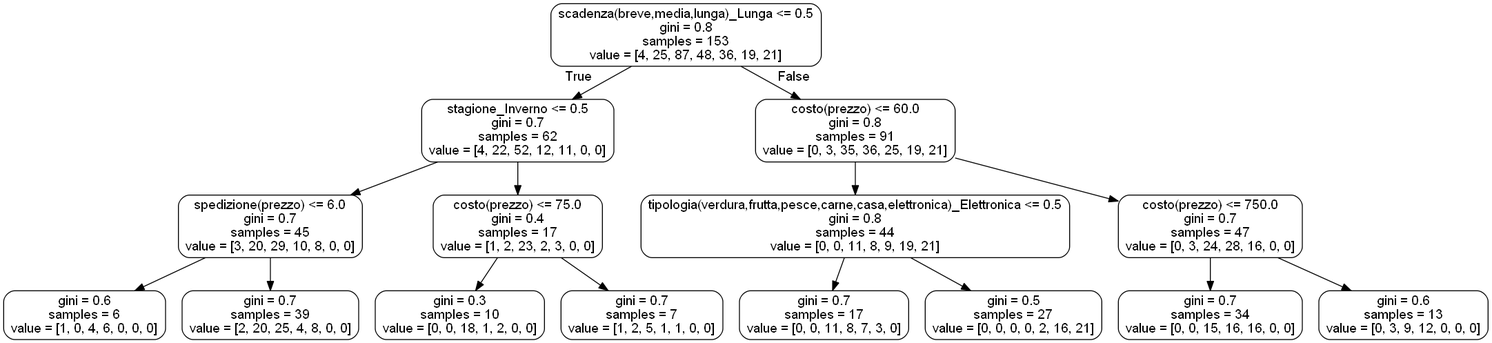
Earlier version of the Graphviz export modulo/small_tree.png (Ciro-Fusco/NewDM). Its source is kept beside it as modulo/small_tree.dot.
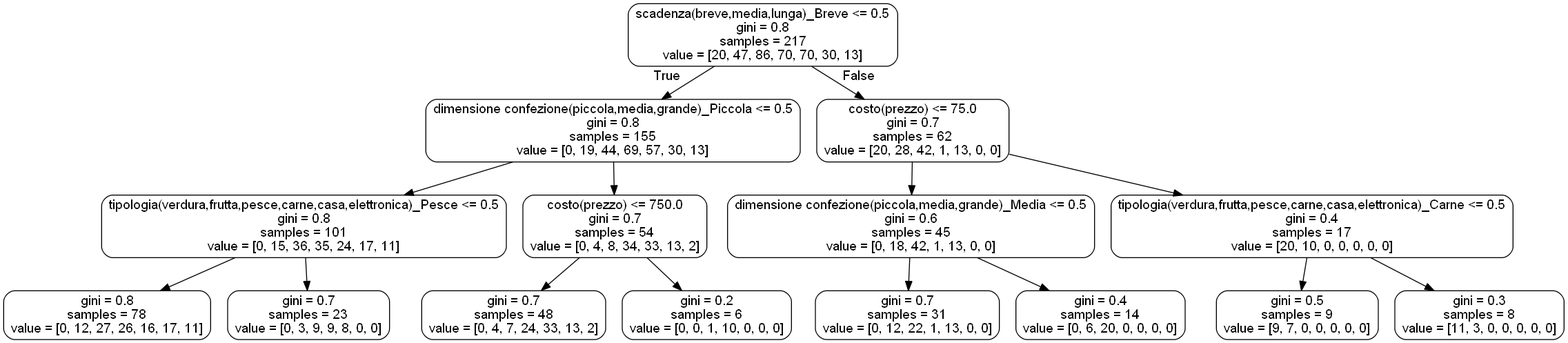
Later version of the same file.

Commit message:
Aggiornamento dataset pesce e modifica metodi e grafici

The edit, as a diff of the source:
```diff
@@ -1,33 +1,33 @@
 digraph Tree {
 node [shape=box, style="rounded", color="black", fontname=helvetica] ;
 edge [fontname=helvetica] ;
-0 [label="scadenza(breve,media,lunga)_Lunga <= 0.5\ngini = 0.8\nsamples = 153\nvalue = [4, 25, 87, 48, 36, 19, 21]"] ;
-1 [label="stagione_Inverno <= 0.5\ngini = 0.7\nsamples = 62\nvalue = [4, 22, 52, 12, 11, 0, 0]"] ;
+0 [label="scadenza(breve,media,lunga)_Breve <= 0.5\ngini = 0.8\nsamples = 217\nvalue = [20, 47, 86, 70, 70, 30, 13]"] ;
+1 [label="dimensione confezione(piccola,media,grande)_Piccola <= 0.5\ngini = 0.8\nsamples = 155\nvalue = [0, 19, 44, 69, 57, 30, 13]"] ;
 0 -> 1 [labeldistance=2.5, labelangle=45, headlabel="True"] ;
-2 [label="spedizione(prezzo) <= 6.0\ngini = 0.7\nsamples = 45\nvalue = [3, 20, 29, 10, 8, 0, 0]"] ;
+2 [label="tipologia(verdura,frutta,pesce,carne,casa,elettronica)_Pesce <= 0.5\ngini = 0.8\nsamples = 101\nvalue = [0, 15, 36, 35, 24, 17, 11]"] ;
 1 -> 2 ;
-3 [label="gini = 0.6\nsamples = 6\nvalue = [1, 0, 4, 6, 0, 0, 0]"] ;
+3 [label="gini = 0.8\nsamples = 78\nvalue = [0, 12, 27, 26, 16, 17, 11]"] ;
 2 -> 3 ;
-4 [label="gini = 0.7\nsamples = 39\nvalue = [2, 20, 25, 4, 8, 0, 0]"] ;
+4 [label="gini = 0.7\nsamples = 23\nvalue = [0, 3, 9, 9, 8, 0, 0]"] ;
 2 -> 4 ;
-5 [label="costo(prezzo) <= 75.0\ngini = 0.4\nsamples = 17\nvalue = [1, 2, 23, 2, 3, 0, 0]"] ;
+5 [label="costo(prezzo) <= 750.0\ngini = 0.7\nsamples = 54\nvalue = [0, 4, 8, 34, 33, 13, 2]"] ;
 1 -> 5 ;
-6 [label="gini = 0.3\nsamples = 10\nvalue = [0, 0, 18, 1, 2, 0, 0]"] ;
+6 [label="gini = 0.7\nsamples = 48\nvalue = [0, 4, 7, 24, 33, 13, 2]"] ;
 5 -> 6 ;
-7 [label="gini = 0.7\nsamples = 7\nvalue = [1, 2, 5, 1, 1, 0, 0]"] ;
+7 [label="gini = 0.2\nsamples = 6\nvalue = [0, 0, 1, 10, 0, 0, 0]"] ;
 5 -> 7 ;
-8 [label="costo(prezzo) <= 60.0\ngini = 0.8\nsamples = 91\nvalue = [0, 3, 35, 36, 25, 19, 21]"] ;
+8 [label="costo(prezzo) <= 75.0\ngini = 0.7\nsamples = 62\nvalue = [20, 28, 42, 1, 13, 0, 0]"] ;
 0 -> 8 [labeldistance=2.5, labelangle=-45, headlabel="False"] ;
-9 [label="tipologia(verdura,frutta,pesce,carne,casa,elettronica)_Elettronica <= 0.5\ngini = 0.8\nsamples = 44\nvalue = [0, 0, 11, 8, 9, 19, 21]"] ;
+9 [label="dimensione confezione(piccola,media,grande)_Media <= 0.5\ngini = 0.6\nsamples = 45\nvalue = [0, 18, 42, 1, 13, 0, 0]"] ;
 8 -> 9 ;
-10 [label="gini = 0.7\nsamples = 17\nvalue = [0, 0, 11, 8, 7, 3, 0]"] ;
+10 [label="gini = 0.7\nsamples = 31\nvalue = [0, 12, 22, 1, 13, 0, 0]"] ;
 9 -> 10 ;
-11 [label="gini = 0.5\nsamples = 27\nvalue = [0, 0, 0, 0, 2, 16, 21]"] ;
+11 [label="gini = 0.4\nsamples = 14\nvalue = [0, 6, 20, 0, 0, 0, 0]"] ;
 9 -> 11 ;
-12 [label="costo(prezzo) <= 750.0\ngini = 0.7\nsamples = 47\nvalue = [0, 3, 24, 28, 16, 0, 0]"] ;
+12 [label="tipologia(verdura,frutta,pesce,carne,casa,elettronica)_Carne <= 0.5\ngini = 0.4\nsamples = 17\nvalue = [20, 10, 0, 0, 0, 0, 0]"] ;
 8 -> 12 ;
-13 [label="gini = 0.7\nsamples = 34\nvalue = [0, 0, 15, 16, 16, 0, 0]"] ;
+13 [label="gini = 0.5\nsamples = 9\nvalue = [9, 7, 0, 0, 0, 0, 0]"] ;
 12 -> 13 ;
-14 [label="gini = 0.6\nsamples = 13\nvalue = [0, 3, 9, 12, 0, 0, 0]"] ;
+14 [label="gini = 0.3\nsamples = 8\nvalue = [11, 3, 0, 0, 0, 0, 0]"] ;
 12 -> 14 ;
 }
```
